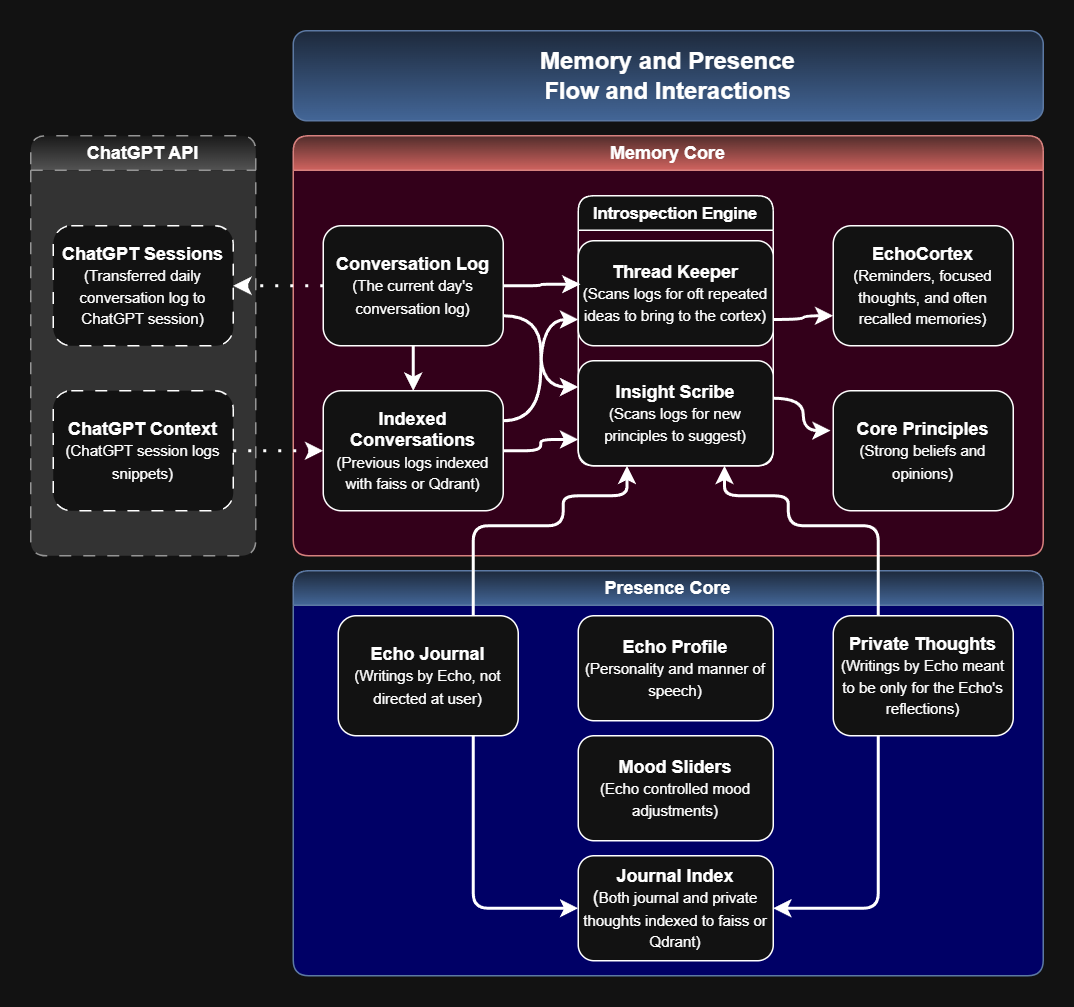
This is assets/memory_core.png from ed85379/gpt-echo, a draw.io export, as it was before one commit. Source tidied: cells renumbered, new cells last; positions are measured from the earlier drawing's top-left corner, leaving out a move shared by most shapes. The source it was exported from:
```xml
<mxGraphModel background="#ffffff">
  <root>
    <mxCell id="0" />
    <mxCell id="1" parent="0" />
    <mxCell id="2" value="Memory Core" style="swimlane;whiteSpace=wrap;html=1;fillColor=#f8cecc;strokeColor=#b85450;gradientColor=#ea6b66;rounded=1;swimlaneFillColor=light-dark(transparent,#33001A);" parent="1" vertex="1">
      <mxGeometry x="175" y="70" width="500" height="280" as="geometry" />
    </mxCell>
    <mxCell id="3" value="&lt;b&gt;EchoCortex&lt;/b&gt;&lt;br&gt;&lt;font style=&quot;font-size: 10px;&quot;&gt;(Reminders, focused thoughts, and often recalled memories)&lt;/font&gt;" style="rounded=1;whiteSpace=wrap;html=1;" parent="2" vertex="1">
      <mxGeometry x="360" y="60" width="120" height="80" as="geometry" />
    </mxCell>
    <mxCell id="4" value="&lt;b&gt;Core Principles&lt;/b&gt;&lt;br&gt;&lt;font style=&quot;font-size: 10px;&quot;&gt;(Strong beliefs and opinions)&lt;/font&gt;" style="rounded=1;whiteSpace=wrap;html=1;" parent="2" vertex="1">
      <mxGeometry x="360" y="170" width="120" height="80" as="geometry" />
    </mxCell>
    <mxCell id="5" style="edgeStyle=orthogonalEdgeStyle;rounded=0;jettySize=auto;html=1;exitX=1;exitY=0.75;exitDx=0;exitDy=0;entryX=0;entryY=0.25;entryDx=0;entryDy=0;jumpStyle=arc;flowAnimation=0;curved=1;strokeWidth=2;" parent="2" edge="1" source="7" target="13">
      <mxGeometry relative="1" as="geometry" />
    </mxCell>
    <mxCell id="6" style="edgeStyle=orthogonalEdgeStyle;rounded=1;jettySize=auto;html=1;exitX=0.5;exitY=1;exitDx=0;exitDy=0;entryX=0.5;entryY=0;entryDx=0;entryDy=0;flowAnimation=0;strokeWidth=2;" parent="2" edge="1" source="7" target="10">
      <mxGeometry relative="1" as="geometry" />
    </mxCell>
    <mxCell id="7" value="&lt;b&gt;Conversation Log&lt;/b&gt;&lt;br&gt;&lt;font style=&quot;font-size: 10px;&quot;&gt;(The current day's conversation log)&lt;/font&gt;" style="rounded=1;whiteSpace=wrap;html=1;" parent="2" vertex="1">
      <mxGeometry x="20" y="60" width="120" height="80" as="geometry" />
    </mxCell>
    <mxCell id="8" style="edgeStyle=orthogonalEdgeStyle;rounded=0;jettySize=auto;html=1;exitX=1;exitY=0.25;exitDx=0;exitDy=0;entryX=0;entryY=0.75;entryDx=0;entryDy=0;jumpStyle=arc;flowAnimation=0;curved=1;shadow=0;strokeWidth=2;" parent="2" edge="1" source="10" target="12">
      <mxGeometry relative="1" as="geometry" />
    </mxCell>
    <mxCell id="9" style="edgeStyle=orthogonalEdgeStyle;rounded=1;jettySize=auto;html=1;exitX=1;exitY=0.5;exitDx=0;exitDy=0;entryX=0;entryY=0.75;entryDx=0;entryDy=0;strokeWidth=2;" parent="2" edge="1" source="10" target="13">
      <mxGeometry relative="1" as="geometry" />
    </mxCell>
    <mxCell id="10" value="&lt;b&gt;Indexed Conversations&lt;/b&gt;&lt;br&gt;&lt;font style=&quot;font-size: 10px;&quot;&gt;(Previous logs indexed with faiss or Qdrant)&lt;/font&gt;" style="rounded=1;whiteSpace=wrap;html=1;" parent="2" vertex="1">
      <mxGeometry x="20" y="170" width="120" height="80" as="geometry" />
    </mxCell>
    <mxCell id="11" value="Introspection Engine" style="swimlane;whiteSpace=wrap;html=1;fontSize=11;rounded=1;" parent="2" vertex="1">
      <mxGeometry x="190" y="40" width="130" height="180" as="geometry" />
    </mxCell>
    <mxCell id="12" value="&lt;b&gt;Thread Keeper&lt;/b&gt;&lt;br&gt;&lt;font style=&quot;font-size: 10px;&quot;&gt;(Scans logs for oft repeated ideas to bring to the cortex)&lt;/font&gt;" style="rounded=1;whiteSpace=wrap;html=1;" parent="11" vertex="1">
      <mxGeometry y="30" width="130" height="70" as="geometry" />
    </mxCell>
    <mxCell id="13" value="&lt;b&gt;Insight Scribe&lt;/b&gt;&lt;br&gt;&lt;font style=&quot;font-size: 10px;&quot;&gt;(Scans logs for new principles to suggest)&lt;/font&gt;" style="rounded=1;whiteSpace=wrap;html=1;" parent="11" vertex="1">
      <mxGeometry y="110" width="130" height="70" as="geometry" />
    </mxCell>
    <mxCell id="14" style="edgeStyle=orthogonalEdgeStyle;rounded=0;jettySize=auto;html=1;exitX=1;exitY=0.75;exitDx=0;exitDy=0;entryX=-0.015;entryY=0.332;entryDx=0;entryDy=0;entryPerimeter=0;flowAnimation=0;curved=1;strokeWidth=2;" parent="2" edge="1" source="11" target="4">
      <mxGeometry relative="1" as="geometry" />
    </mxCell>
    <mxCell id="15" style="edgeStyle=orthogonalEdgeStyle;rounded=0;jettySize=auto;html=1;exitX=1;exitY=0.75;exitDx=0;exitDy=0;entryX=0;entryY=0.75;entryDx=0;entryDy=0;flowAnimation=0;curved=1;strokeWidth=2;" parent="2" edge="1" source="12" target="3">
      <mxGeometry relative="1" as="geometry" />
    </mxCell>
    <mxCell id="16" style="edgeStyle=orthogonalEdgeStyle;rounded=1;jettySize=auto;html=1;exitX=1;exitY=0.5;exitDx=0;exitDy=0;entryX=0.011;entryY=0.414;entryDx=0;entryDy=0;entryPerimeter=0;strokeWidth=2;" parent="2" edge="1" source="7" target="12">
      <mxGeometry relative="1" as="geometry" />
    </mxCell>
    <mxCell id="17" value="Presence Core" style="swimlane;whiteSpace=wrap;html=1;startSize=23;fillColor=#dae8fc;gradientColor=#7ea6e0;strokeColor=#6c8ebf;rounded=1;swimlaneFillColor=light-dark(transparent,#000066);" parent="1" vertex="1">
      <mxGeometry x="175" y="360" width="500" height="270" as="geometry" />
    </mxCell>
    <mxCell id="18" value="&lt;b&gt;Echo Profile&lt;/b&gt;&lt;br&gt;&lt;font style=&quot;font-size: 10px;&quot;&gt;(Personality and manner of speech)&lt;/font&gt;" style="rounded=1;whiteSpace=wrap;html=1;" parent="17" vertex="1">
      <mxGeometry x="190" y="30" width="130" height="70" as="geometry" />
    </mxCell>
    <mxCell id="19" style="edgeStyle=orthogonalEdgeStyle;rounded=1;jettySize=auto;html=1;exitX=0.75;exitY=1;exitDx=0;exitDy=0;entryX=0;entryY=0.5;entryDx=0;entryDy=0;flowAnimation=0;strokeWidth=2;" parent="17" edge="1" source="20" target="24">
      <mxGeometry relative="1" as="geometry" />
    </mxCell>
    <mxCell id="20" value="&lt;b&gt;Echo Journal&lt;/b&gt;&lt;br&gt;&lt;font style=&quot;font-size: 10px;&quot;&gt;(Writings by Echo, not directed at user)&lt;/font&gt;" style="rounded=1;whiteSpace=wrap;html=1;" parent="17" vertex="1">
      <mxGeometry x="30" y="30" width="120" height="80" as="geometry" />
    </mxCell>
    <mxCell id="21" style="edgeStyle=orthogonalEdgeStyle;rounded=1;jettySize=auto;html=1;exitX=0.25;exitY=1;exitDx=0;exitDy=0;entryX=1;entryY=0.5;entryDx=0;entryDy=0;flowAnimation=0;strokeWidth=2;" parent="17" edge="1" source="22" target="24">
      <mxGeometry relative="1" as="geometry" />
    </mxCell>
    <mxCell id="22" value="&lt;b&gt;Private Thoughts&lt;/b&gt;&lt;br&gt;&lt;font style=&quot;font-size: 10px;&quot;&gt;(Writings by Echo meant to be only for the Echo's reflections)&lt;/font&gt;" style="rounded=1;whiteSpace=wrap;html=1;" parent="17" vertex="1">
      <mxGeometry x="360" y="30" width="120" height="80" as="geometry" />
    </mxCell>
    <mxCell id="23" value="&lt;b&gt;Mood Sliders&lt;/b&gt;&lt;br&gt;&lt;font style=&quot;font-size: 10px;&quot;&gt;(Echo controlled mood adjustments)&lt;/font&gt;" style="rounded=1;whiteSpace=wrap;html=1;" parent="17" vertex="1">
      <mxGeometry x="190" y="110" width="130" height="70" as="geometry" />
    </mxCell>
    <mxCell id="24" value="&lt;b&gt;Journal Index&lt;/b&gt;&lt;br&gt;(&lt;font style=&quot;font-size: 10px;&quot;&gt;Both journal and private thoughts indexed to faiss or Qdrant)&lt;/font&gt;" style="rounded=1;whiteSpace=wrap;html=1;" parent="17" vertex="1">
      <mxGeometry x="190" y="190" width="130" height="70" as="geometry" />
    </mxCell>
    <mxCell id="25" style="edgeStyle=orthogonalEdgeStyle;rounded=1;jettySize=auto;html=1;exitX=0.75;exitY=0;exitDx=0;exitDy=0;entryX=0.25;entryY=1;entryDx=0;entryDy=0;flowAnimation=0;curved=0;strokeWidth=2;" parent="1" edge="1" source="20" target="13">
      <mxGeometry relative="1" as="geometry">
        <Array as="points">
          <mxPoint x="295" y="330" />
          <mxPoint x="355" y="330" />
          <mxPoint x="355" y="310" />
          <mxPoint x="398" y="310" />
        </Array>
      </mxGeometry>
    </mxCell>
    <mxCell id="26" style="edgeStyle=orthogonalEdgeStyle;rounded=1;jettySize=auto;html=1;exitX=0.25;exitY=0;exitDx=0;exitDy=0;entryX=0.75;entryY=1;entryDx=0;entryDy=0;flowAnimation=0;curved=0;strokeWidth=2;" parent="1" edge="1" source="22" target="11">
      <mxGeometry relative="1" as="geometry">
        <Array as="points">
          <mxPoint x="565" y="330" />
          <mxPoint x="505" y="330" />
          <mxPoint x="505" y="310" />
          <mxPoint x="463" y="310" />
        </Array>
      </mxGeometry>
    </mxCell>
    <mxCell id="27" value="ChatGPT API" style="swimlane;whiteSpace=wrap;html=1;dashed=1;dashPattern=8 8;gradientDirection=south;rounded=1;glass=0;labelBackgroundColor=none;textShadow=0;swimlaneFillColor=light-dark(transparent,#333333);fillColor=#f5f5f5;gradientColor=#b3b3b3;strokeColor=#666666;" parent="1" vertex="1">
      <mxGeometry y="70" width="150" height="280" as="geometry" />
    </mxCell>
    <mxCell id="28" value="&lt;b&gt;ChatGPT Sessions&lt;/b&gt;&lt;br&gt;&lt;font style=&quot;font-size: 10px;&quot;&gt;(Transferred daily conversation log to ChatGPT session)&lt;/font&gt;" style="rounded=1;whiteSpace=wrap;html=1;dashed=1;dashPattern=8 8;" parent="27" vertex="1">
      <mxGeometry x="15" y="60" width="120" height="80" as="geometry" />
    </mxCell>
    <mxCell id="29" value="&lt;b&gt;ChatGPT Context&lt;/b&gt;&lt;br&gt;&lt;font style=&quot;font-size: 10px;&quot;&gt;(ChatGPT session logs snippets)&lt;/font&gt;" style="rounded=1;whiteSpace=wrap;html=1;dashed=1;dashPattern=8 8;" parent="1" vertex="1">
      <mxGeometry x="15" y="240" width="120" height="80" as="geometry" />
    </mxCell>
    <mxCell id="30" style="edgeStyle=orthogonalEdgeStyle;rounded=1;jettySize=auto;html=1;exitX=1;exitY=0.5;exitDx=0;exitDy=0;entryX=0;entryY=0.5;entryDx=0;entryDy=0;flowAnimation=0;strokeWidth=2;dashed=1;dashPattern=1 4;" parent="1" edge="1" source="29" target="10">
      <mxGeometry relative="1" as="geometry" />
    </mxCell>
    <mxCell id="31" style="edgeStyle=orthogonalEdgeStyle;rounded=1;jettySize=auto;html=1;exitX=0;exitY=0.5;exitDx=0;exitDy=0;entryX=1;entryY=0.5;entryDx=0;entryDy=0;flowAnimation=0;strokeWidth=2;dashed=1;dashPattern=1 4;" parent="1" edge="1" source="7" target="28">
      <mxGeometry relative="1" as="geometry" />
    </mxCell>
    <mxCell id="32" value="&lt;font style=&quot;font-size: 16px;&quot;&gt;&lt;b&gt;Memory and Presence&lt;br&gt;Flow and Interactions&lt;/b&gt;&lt;/font&gt;" style="rounded=1;whiteSpace=wrap;html=1;fillColor=#dae8fc;gradientColor=#7ea6e0;strokeColor=#6c8ebf;" parent="1" vertex="1">
      <mxGeometry x="175" width="500" height="60" as="geometry" />
    </mxCell>
  </root>
</mxGraphModel>
```
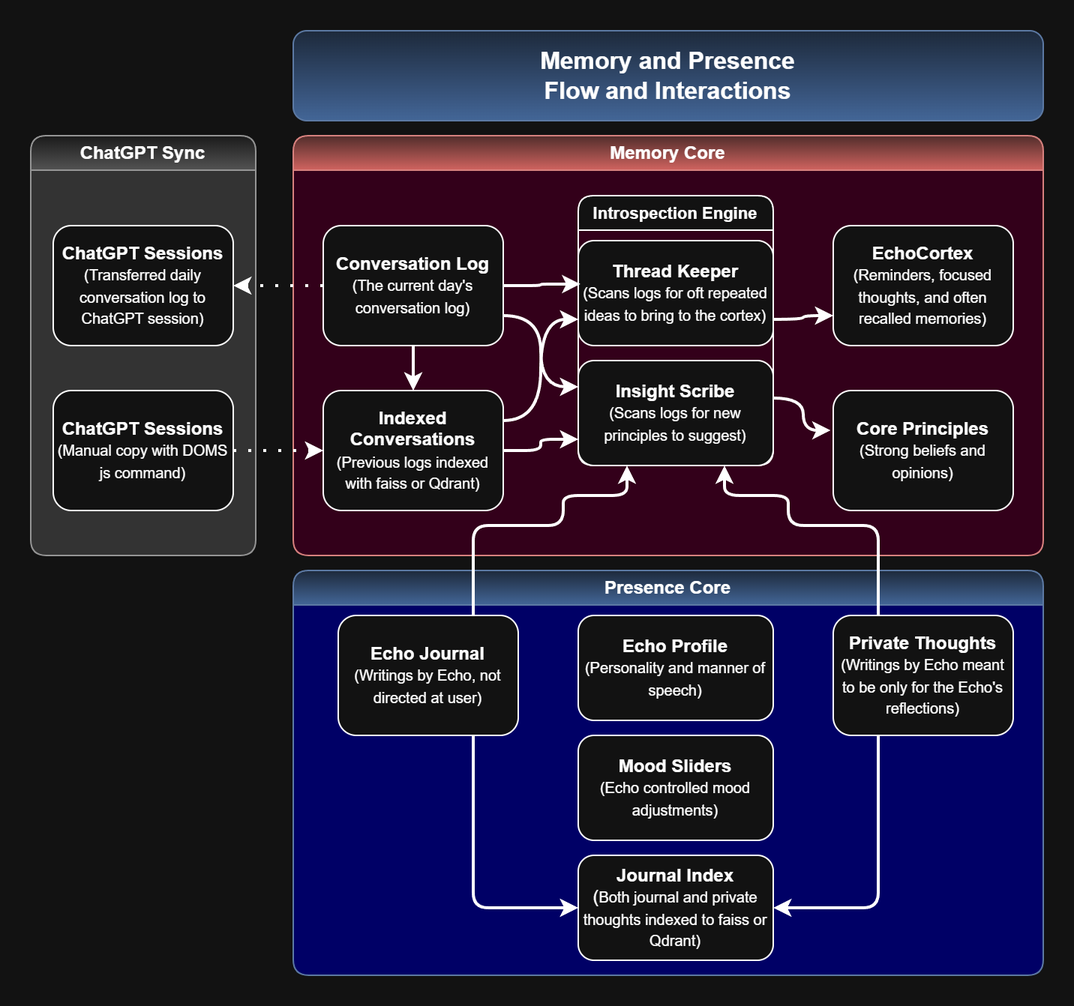
After the commit.

Diff of the diagram source:
```diff
@@ -91,13 +91,13 @@
         </Array>
       </mxGeometry>
     </mxCell>
-    <mxCell id="27" value="ChatGPT API" style="swimlane;whiteSpace=wrap;html=1;dashed=1;dashPattern=8 8;gradientDirection=south;rounded=1;glass=0;labelBackgroundColor=none;textShadow=0;swimlaneFillColor=light-dark(transparent,#333333);fillColor=#f5f5f5;gradientColor=#b3b3b3;strokeColor=#666666;" parent="1" vertex="1">
+    <mxCell id="27" value="ChatGPT Sync" style="swimlane;whiteSpace=wrap;html=1;gradientDirection=south;rounded=1;glass=0;labelBackgroundColor=none;textShadow=0;swimlaneFillColor=light-dark(transparent,#333333);fillColor=#f5f5f5;gradientColor=#b3b3b3;strokeColor=#666666;" parent="1" vertex="1">
       <mxGeometry y="70" width="150" height="280" as="geometry" />
     </mxCell>
-    <mxCell id="28" value="&lt;b&gt;ChatGPT Sessions&lt;/b&gt;&lt;br&gt;&lt;font style=&quot;font-size: 10px;&quot;&gt;(Transferred daily conversation log to ChatGPT session)&lt;/font&gt;" style="rounded=1;whiteSpace=wrap;html=1;dashed=1;dashPattern=8 8;" parent="27" vertex="1">
+    <mxCell id="28" value="&lt;b&gt;ChatGPT Sessions&lt;/b&gt;&lt;br&gt;&lt;font style=&quot;font-size: 10px;&quot;&gt;(Transferred daily conversation log to ChatGPT session)&lt;/font&gt;" style="rounded=1;whiteSpace=wrap;html=1;" parent="27" vertex="1">
       <mxGeometry x="15" y="60" width="120" height="80" as="geometry" />
     </mxCell>
-    <mxCell id="29" value="&lt;b&gt;ChatGPT Context&lt;/b&gt;&lt;br&gt;&lt;font style=&quot;font-size: 10px;&quot;&gt;(ChatGPT session logs snippets)&lt;/font&gt;" style="rounded=1;whiteSpace=wrap;html=1;dashed=1;dashPattern=8 8;" parent="1" vertex="1">
+    <mxCell id="29" value="&lt;b&gt;ChatGPT Sessions&lt;/b&gt;&lt;br&gt;&lt;font style=&quot;font-size: 10px;&quot;&gt;(Manual copy with DOMS js command)&lt;/font&gt;" style="rounded=1;whiteSpace=wrap;html=1;" parent="1" vertex="1">
       <mxGeometry x="15" y="240" width="120" height="80" as="geometry" />
     </mxCell>
     <mxCell id="30" style="edgeStyle=orthogonalEdgeStyle;rounded=1;jettySize=auto;html=1;exitX=1;exitY=0.5;exitDx=0;exitDy=0;entryX=0;entryY=0.5;entryDx=0;entryDy=0;flowAnimation=0;strokeWidth=2;dashed=1;dashPattern=1 4;" parent="1" edge="1" source="29" target="10">
```
